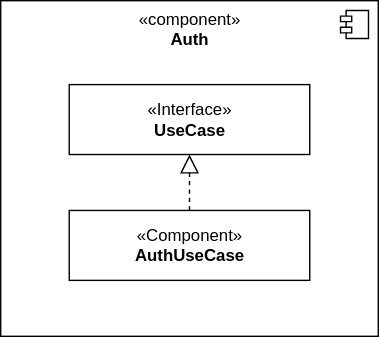
Above: src/template_thesis/diagrams/audit_browser/audit_browser_usecases_auth_class_diagram.drawio.svg in HaniAlshikh/bachelor-thesis (draw.io), before the change. Source tidied: cells renumbered, new cells last; positions are measured from the earlier drawing's top-left corner, leaving out a move shared by most shapes.
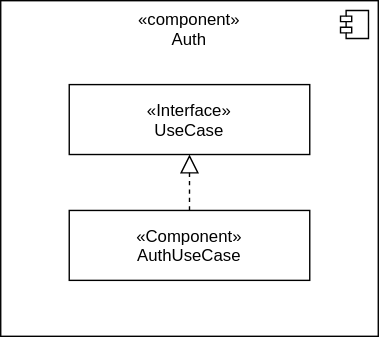
The same diagram one commit later.

Diff of the diagram source:
```diff
@@ -2,7 +2,7 @@
   <root>
     <mxCell id="0" />
     <mxCell id="1" parent="0" />
-    <mxCell id="2" value="«component»&lt;b&gt;&lt;br&gt;Auth&lt;br&gt;&lt;/b&gt;" style="html=1;strokeWidth=1;align=center;verticalAlign=top;" parent="1" vertex="1">
+    <mxCell id="2" value="«component»&#10;Auth&#10;" style="strokeWidth=1;align=center;verticalAlign=top;" parent="1" vertex="1">
       <mxGeometry width="270" height="240" as="geometry" />
     </mxCell>
     <mxCell id="3" style="shape=module;jettyWidth=8;jettyHeight=4;strokeWidth=1;align=center;verticalAlign=middle;" parent="2" vertex="1">
@@ -10,13 +10,13 @@
         <mxPoint x="-27" y="7" as="offset" />
       </mxGeometry>
     </mxCell>
-    <mxCell id="4" style="edgeStyle=none;html=1;endArrow=block;endFill=0;endSize=11;rounded=0;dashed=1;" parent="1" edge="1" source="5" target="6">
+    <mxCell id="4" style="edgeStyle=none;endArrow=block;endFill=0;endSize=11;rounded=0;dashed=1;" parent="1" edge="1" source="5" target="6">
       <mxGeometry relative="1" as="geometry" />
     </mxCell>
-    <mxCell id="5" value="«Component»&lt;br&gt;&lt;b&gt;AuthUseCase&lt;/b&gt;" style="html=1;strokeWidth=1;" parent="1" vertex="1">
+    <mxCell id="5" value="«Component»&#10;AuthUseCase" style="strokeWidth=1;" parent="1" vertex="1">
       <mxGeometry x="49" y="150" width="172" height="50" as="geometry" />
     </mxCell>
-    <mxCell id="6" value="«Interface»&lt;br&gt;&lt;b&gt;UseCase&lt;/b&gt;" style="html=1;strokeWidth=1;" parent="1" vertex="1">
+    <mxCell id="6" value="«Interface»&#10;UseCase" style="strokeWidth=1;" parent="1" vertex="1">
       <mxGeometry x="49" y="60" width="172" height="50" as="geometry" />
     </mxCell>
   </root>
```
